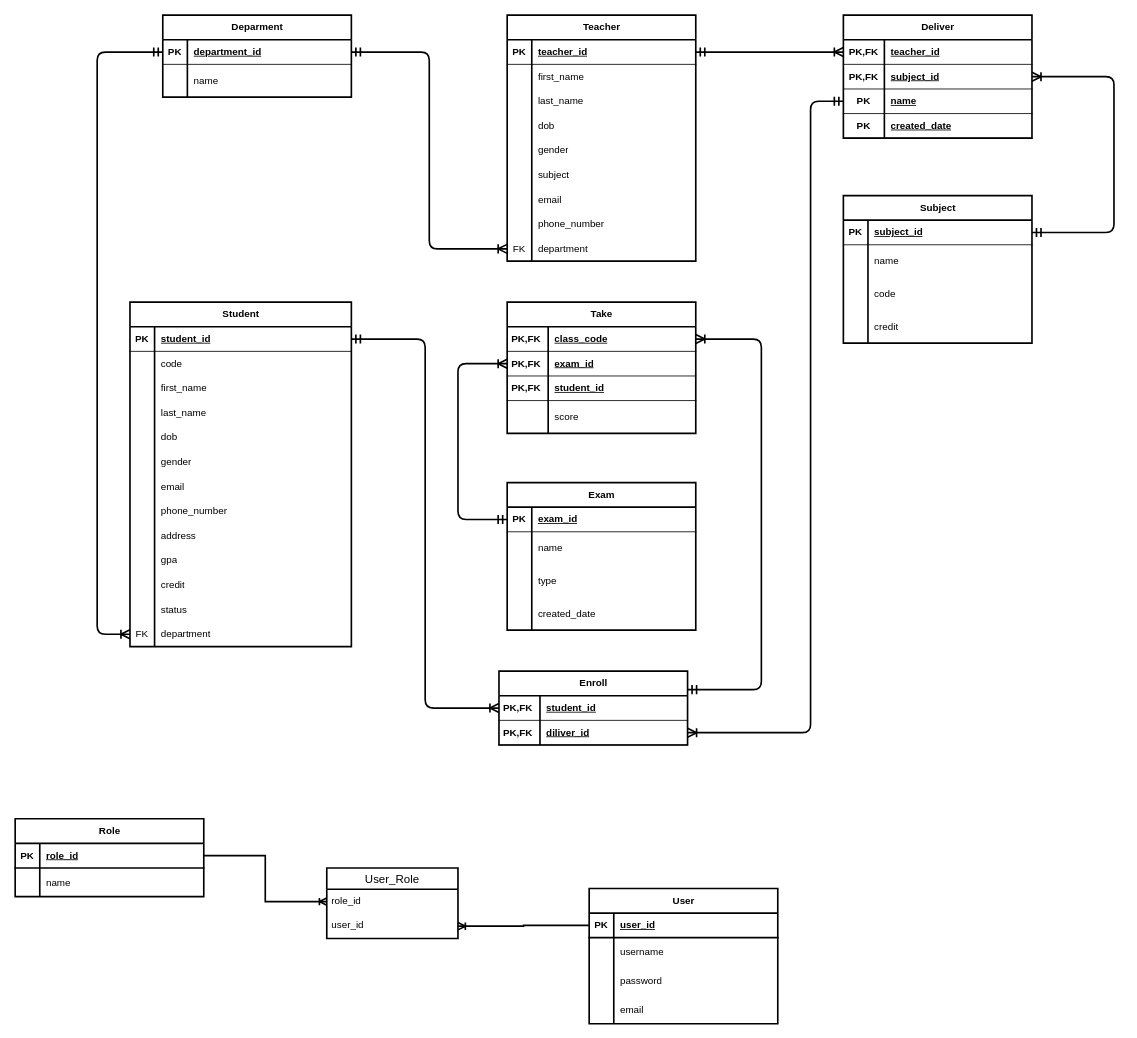
The draw.io diagram Untitled Diagram.drawio in Jason1420/eLearning, before the edit. Source tidied: cells renumbered, new cells numbered last; positions are measured from the earlier drawing's top-left corner, leaving out a move shared by most shapes. Both pictures are drawn from the tidied source at 82%, with x=0, y=0 at pixel (15, 15).
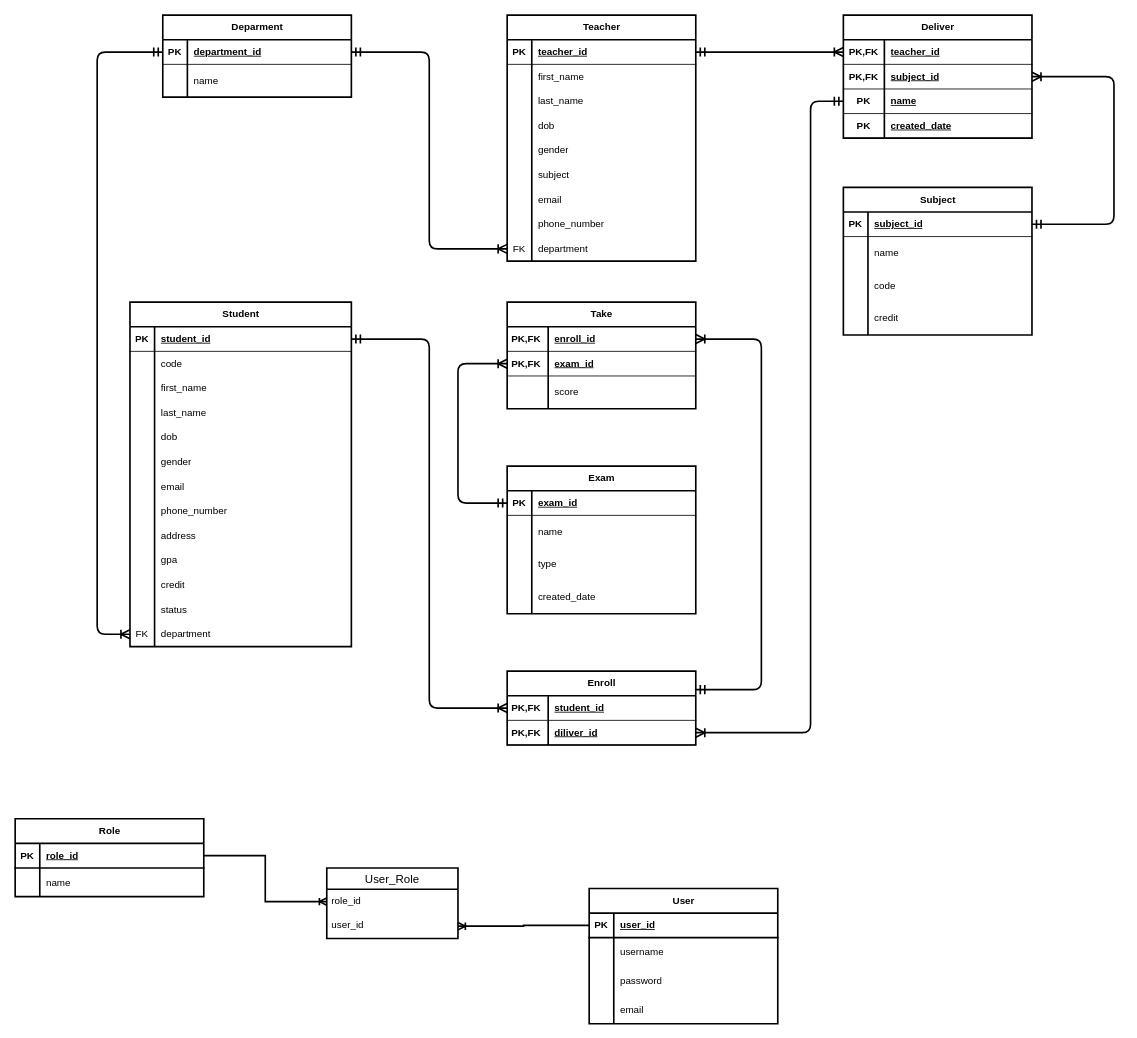
The same diagram, later.

Unchanged cells that the change refers to:
```xml
<mxCell id="144" style="shape=tableRow;horizontal=0;startSize=0;swimlaneHead=0;swimlaneBody=0;fillColor=none;points=[[0,0.5],[1,0.5]];portConstraint=eastwest;top=0;left=0;right=0;bottom=1;" parent="143" vertex="1">
  <mxGeometry y="30" width="230" height="30" as="geometry" />
</mxCell>
```

Diff of the diagram source:
```diff
@@
     <mxCell id="70" value="Subject" style="shape=table;startSize=30;childLayout=tableLayout;rowLines=0;fontStyle=1;align=center;html=1;strokeWidth=2;" parent="1" vertex="1">
-      <mxGeometry x="1010" y="220" width="230" height="180" as="geometry" />
+      <mxGeometry x="1010" y="210" width="230" height="180" as="geometry" />
     </mxCell>
@@
     <mxCell id="103" value="Exam" style="shape=table;startSize=30;childLayout=tableLayout;rowLines=0;fontStyle=1;align=center;html=1;strokeWidth=2;" parent="1" vertex="1">
-      <mxGeometry x="600" y="570" width="230" height="180" as="geometry" />
+      <mxGeometry x="600" y="550" width="230" height="180" as="geometry" />
     </mxCell>
@@
     <mxCell id="143" value="Take" style="shape=table;startSize=30;childLayout=tableLayout;rowLines=0;fontStyle=1;align=center;html=1;strokeWidth=2;" parent="1" vertex="1">
-      <mxGeometry x="600" y="350" width="230" height="160" as="geometry" />
+      <mxGeometry x="600" y="350" width="230" height="130" as="geometry" />
     </mxCell>
@@
-    <mxCell id="146" value="class_code" style="shape=partialRectangle;fillColor=none;top=0;left=0;bottom=0;right=0;align=left;spacingLeft=6;fontStyle=5;overflow=hidden;whiteSpace=wrap;html=1;" parent="144" vertex="1">
+    <mxCell id="146" value="enroll_id" style="shape=partialRectangle;fillColor=none;top=0;left=0;bottom=0;right=0;align=left;spacingLeft=6;fontStyle=5;overflow=hidden;whiteSpace=wrap;html=1;" parent="144" vertex="1">
       <mxGeometry x="50" width="180" height="30" as="geometry" />
     </mxCell>
@@
-    <mxCell id="150" style="shape=tableRow;horizontal=0;startSize=0;swimlaneHead=0;swimlaneBody=0;fillColor=none;top=0;left=0;right=0;bottom=1;" parent="143" vertex="1">
-      <mxGeometry y="90" width="230" height="30" as="geometry" />
-    </mxCell>
-    <mxCell id="151" value="PK,FK&amp;nbsp;" style="shape=partialRectangle;fillColor=none;top=0;left=0;bottom=0;right=0;fontStyle=1;overflow=hidden;whiteSpace=wrap;html=1;" parent="150" vertex="1">
-      <mxGeometry width="50" height="30" as="geometry" />
-    </mxCell>
-    <mxCell id="152" value="student_id" style="shape=partialRectangle;fillColor=none;top=0;left=0;bottom=0;right=0;align=left;spacingLeft=6;fontStyle=5;overflow=hidden;whiteSpace=wrap;html=1;" parent="150" vertex="1">
-      <mxGeometry x="50" width="180" height="30" as="geometry" />
-    </mxCell>
     <mxCell id="153" style="shape=tableRow;horizontal=0;startSize=0;swimlaneHead=0;swimlaneBody=0;fillColor=none;top=0;left=0;right=0;bottom=0;" parent="143" vertex="1">
-      <mxGeometry y="120" width="230" height="40" as="geometry" />
+      <mxGeometry y="90" width="230" height="40" as="geometry" />
     </mxCell>
@@
     <mxCell id="160" value="Enroll" style="shape=table;startSize=30;childLayout=tableLayout;rowLines=0;fontStyle=1;align=center;html=1;strokeWidth=2;" parent="1" vertex="1">
-      <mxGeometry x="590" y="800" width="230" height="90" as="geometry" />
+      <mxGeometry x="600" y="800" width="230" height="90" as="geometry" />
     </mxCell>
```
